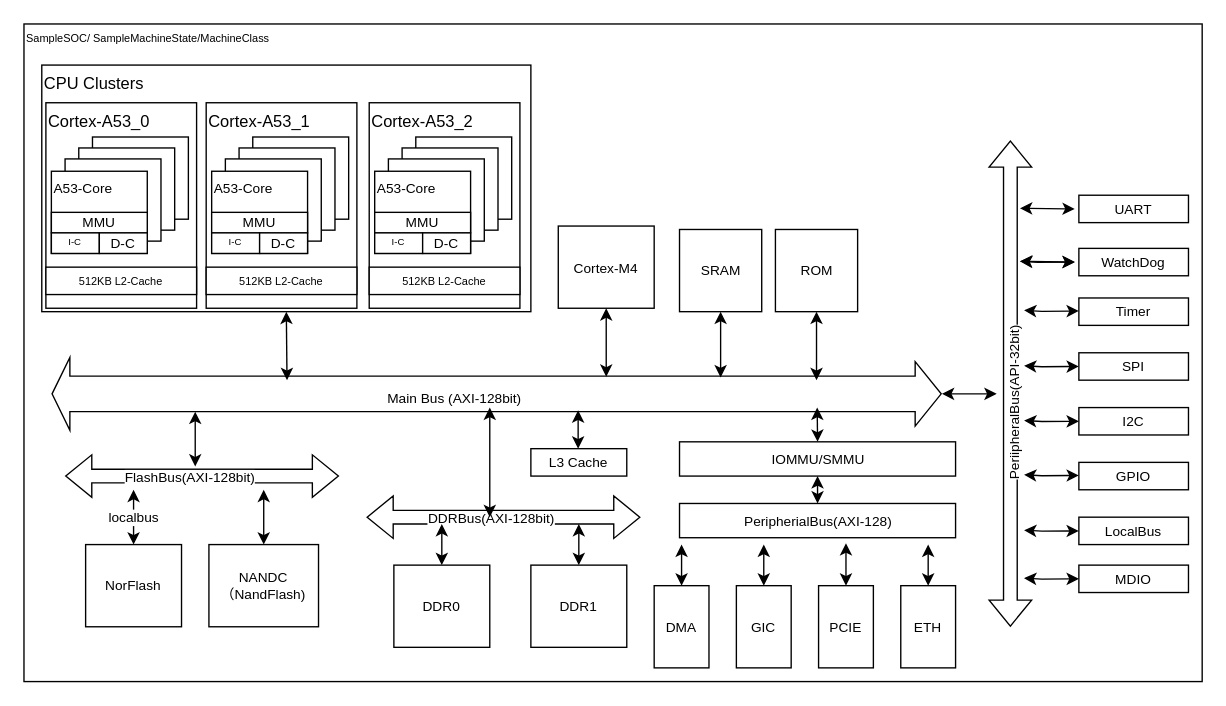
This is page "QEMU-ARCH" (2 of 2) of QEMU/QEMU-ARCH.drawio from youtubezou/A-thinking-in-linux, a draw.io file, before an edit. Source tidied: cells renumbered, new cells numbered last; positions are measured from the earlier drawing's top-left corner, leaving out a move shared by most shapes. Both pictures are drawn from the tidied source at 137%, with x=0, y=0 at pixel (23, 23).
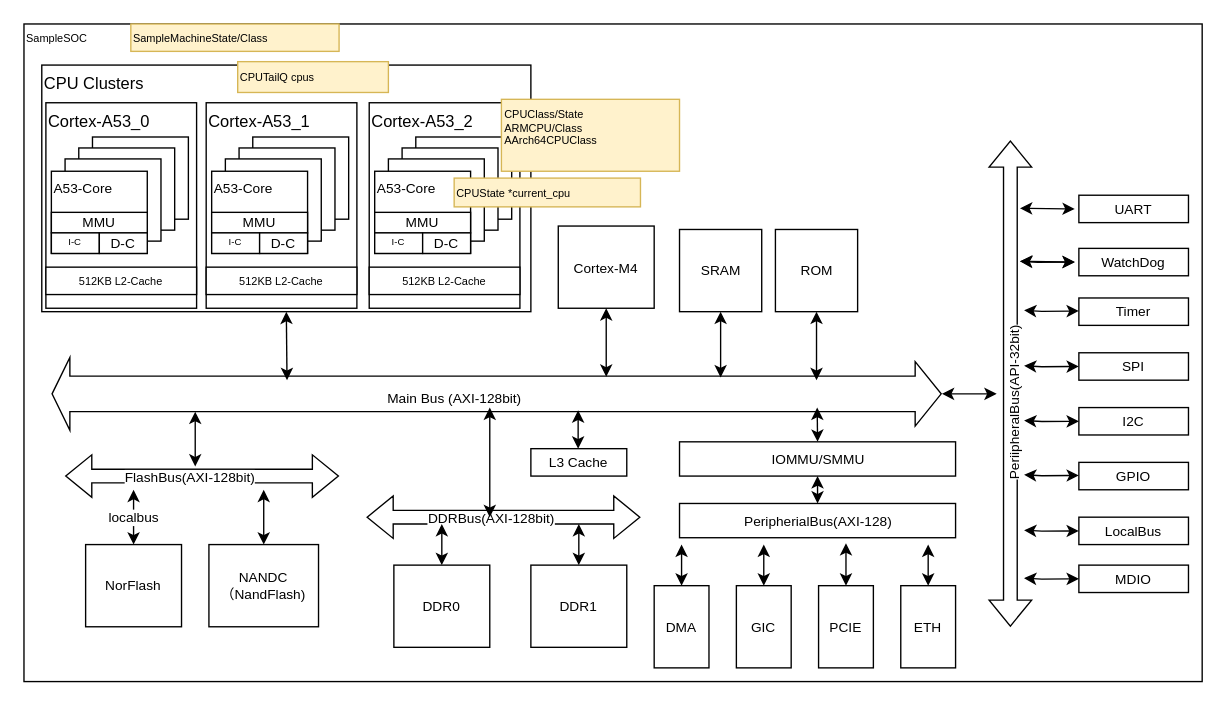
The same diagram, later.

What changed in the source:
```diff
@@
-    <mxCell id="2" value="SampleSOC/ SampleMachineState/MachineClass" style="rounded=0;whiteSpace=wrap;html=1;fontSize=8;align=left;verticalAlign=top;" parent="1" vertex="1">
+    <mxCell id="2" value="SampleSOC" style="rounded=0;whiteSpace=wrap;html=1;fontSize=8;align=left;verticalAlign=top;" parent="1" vertex="1">
       <mxGeometry width="860" height="480" as="geometry" />
     </mxCell>
@@
+    <mxCell id="88" value="CPUTailQ cpus" style="text;whiteSpace=wrap;html=1;fontSize=8;fillColor=#fff2cc;strokeColor=#d6b656;" parent="1" vertex="1">
+      <mxGeometry x="156" y="27.5" width="110" height="22.5" as="geometry" />
+    </mxCell>
+    <mxCell id="89" value="SampleMachineState/Class" style="text;whiteSpace=wrap;html=1;fontSize=8;fillColor=#fff2cc;strokeColor=#d6b656;" parent="1" vertex="1">
+      <mxGeometry x="78" width="152" height="20" as="geometry" />
+    </mxCell>
+    <mxCell id="90" value="CPUState *current_cpu" style="text;whiteSpace=wrap;html=1;fontSize=8;fillColor=#fff2cc;strokeColor=#d6b656;" parent="1" vertex="1">
+      <mxGeometry x="314" y="112.5" width="136" height="21" as="geometry" />
+    </mxCell>
+    <mxCell id="91" value="&lt;font style=&quot;font-size: 8px&quot;&gt;CPUClass/State&lt;br&gt;ARMCPU/Class&lt;br&gt;AArch64CPUClass&lt;/font&gt;" style="text;whiteSpace=wrap;html=1;fontSize=7;fillColor=#fff2cc;strokeColor=#d6b656;" parent="1" vertex="1">
+      <mxGeometry x="348.5" y="55" width="130" height="52.5" as="geometry" />
+    </mxCell>
```
